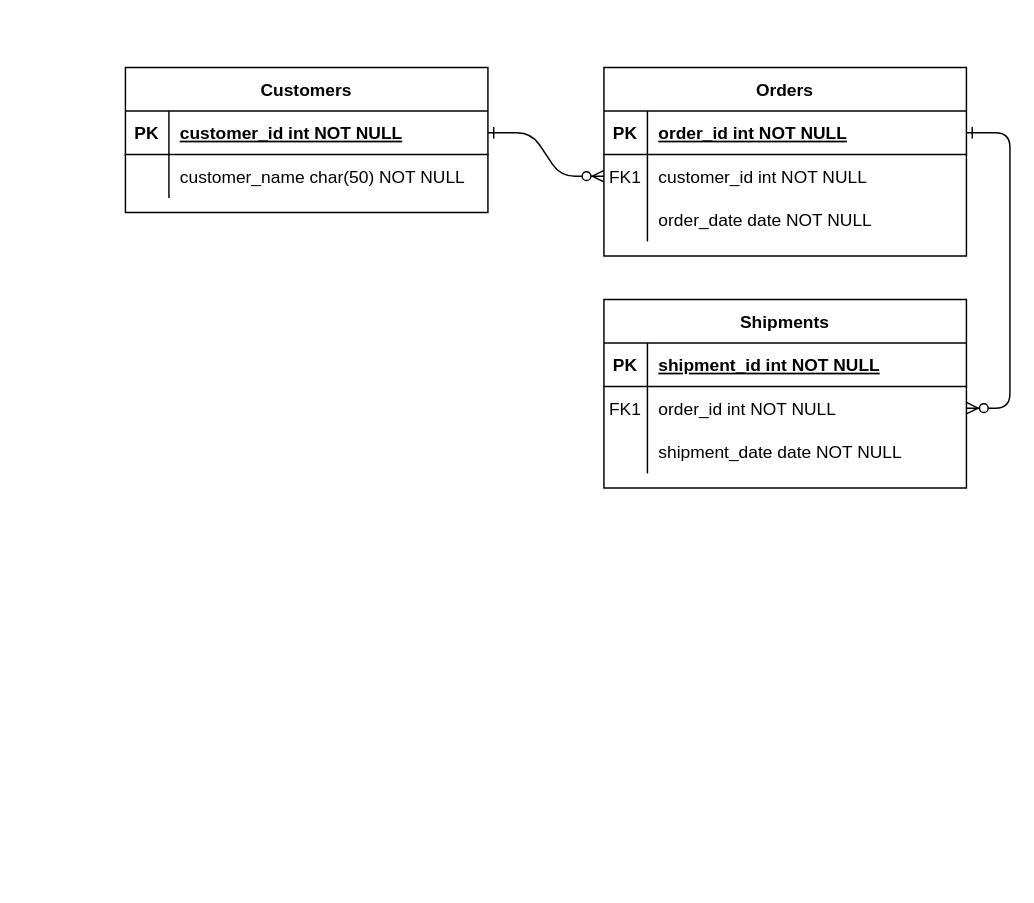
Earlier version of the draw.io diagram 未命名绘图.drawio (Allenwang2004/DatabaseFinalproject). Source tidied: cells renumbered, new cells numbered last; positions are measured from the earlier drawing's top-left corner, leaving out a move shared by most shapes. Both pictures are drawn from the tidied source at 145%, with x=0, y=0 at pixel (125, 67).
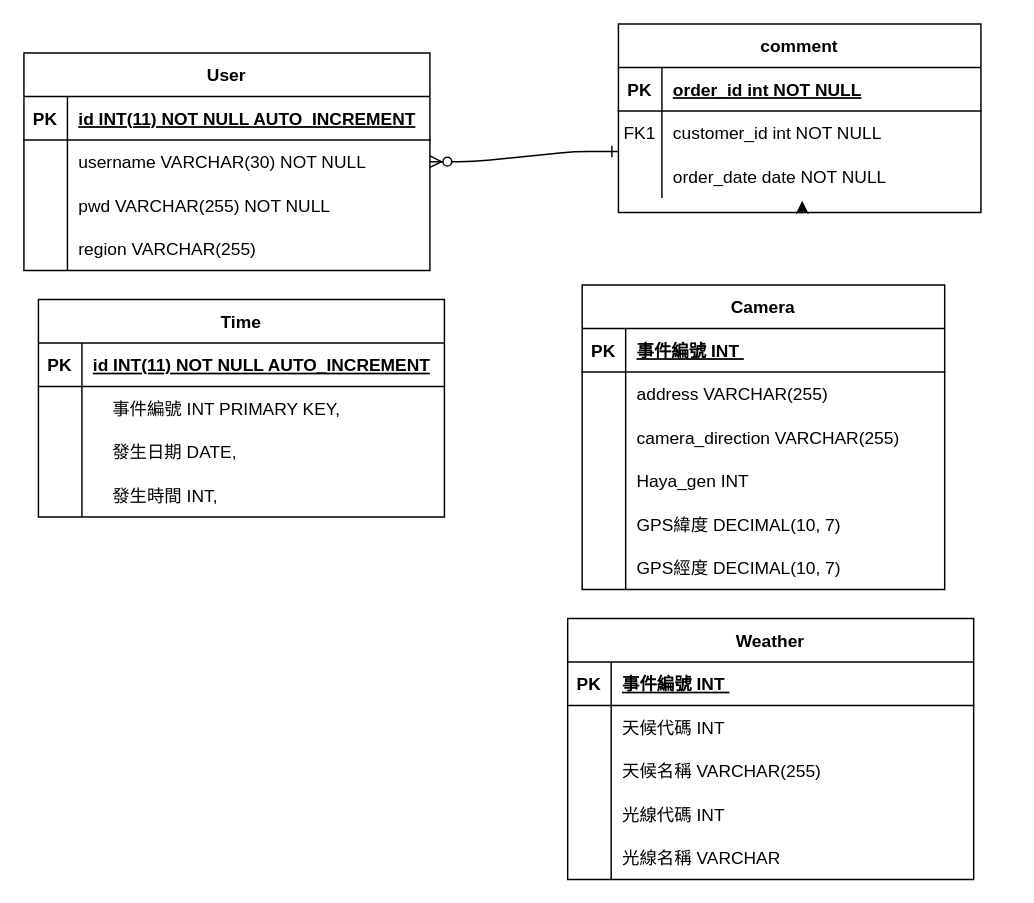
The same diagram, later.

Commit message (it also covers changes not shown here):
更新未命名绘图.drawio

Unchanged cells that the change refers to:
```xml
<mxCell id="5" style="shape=partialRectangle;fillColor=none;points=[[0,0.5],[1,0.5]];portConstraint=eastwest;top=0;left=0;right=0;bottom=1;" parent="4" vertex="1">
  <mxGeometry y="30" width="250" height="30" as="geometry" />
</mxCell>
<mxCell id="8" style="shape=partialRectangle;fillColor=none;points=[[0,0.5],[1,0.5]];portConstraint=eastwest;top=0;left=0;right=0;bottom=0;" parent="4" vertex="1">
  <mxGeometry y="60" width="250" height="30" as="geometry" />
</mxCell>
<mxCell id="11" style="shape=partialRectangle;fillColor=none;points=[[0,0.5],[1,0.5]];portConstraint=eastwest;top=0;left=0;right=0;bottom=0;" parent="4" vertex="1">
  <mxGeometry y="90" width="250" height="30" as="geometry" />
</mxCell>
<mxCell id="15" style="shape=partialRectangle;fillColor=none;top=0;left=0;right=0;bottom=1;" parent="14" vertex="1">
  <mxGeometry y="30" width="250" height="30" as="geometry" />
</mxCell>
<mxCell id="18" style="shape=partialRectangle;fillColor=none;points=[[0,0.5],[1,0.5]];portConstraint=eastwest;top=0;left=0;right=0;bottom=0;" parent="14" vertex="1">
  <mxGeometry y="60" width="250" height="30" as="geometry" />
</mxCell>
<mxCell id="21" style="shape=partialRectangle;fillColor=none;top=0;left=0;right=0;bottom=0;" parent="14" vertex="1">
  <mxGeometry y="90" width="250" height="30" as="geometry" />
</mxCell>
```

The edit, as a diff of the source:
```diff
@@
-    <mxCell id="2" style="edgeStyle=entityRelationEdgeStyle;endArrow=ERzeroToMany;startArrow=ERone;endFill=1;startFill=0;" parent="1" edge="1" source="25" target="8">
-      <mxGeometry relative="1" as="geometry" />
+    <mxCell id="2" style="edgeStyle=entityRelationEdgeStyle;endArrow=ERzeroToMany;startArrow=ERone;endFill=1;startFill=0;entryX=1;entryY=0.5;entryDx=0;entryDy=0;exitX=-0.002;exitY=-0.067;exitDx=0;exitDy=0;exitPerimeter=0;" parent="1" edge="1" source="11" target="28">
+      <mxGeometry relative="1" as="geometry">
+        <Array as="points">
+          <mxPoint x="220" y="70" />
+          <mxPoint x="260" y="45" />
+        </Array>
+      </mxGeometry>
     </mxCell>
-    <mxCell id="3" style="edgeStyle=entityRelationEdgeStyle;endArrow=ERzeroToMany;startArrow=ERone;endFill=1;startFill=0;" parent="1" edge="1" source="5" target="18">
-      <mxGeometry relative="1" as="geometry" />
-    </mxCell>
-    <mxCell id="4" value="Orders" style="shape=table;startSize=30;childLayout=tableLayout;rowLines=0;fontStyle=1;align=center;" parent="1" vertex="1">
-      <mxGeometry x="330" width="250" height="130" as="geometry" />
+    <mxCell id="4" value="comment" style="shape=table;startSize=30;childLayout=tableLayout;rowLines=0;fontStyle=1;align=center;" parent="1" vertex="1">
+      <mxGeometry x="340" y="-30" width="250" height="130" as="geometry" />
     </mxCell>
@@
+    <mxCell id="31" style="edgeStyle=orthogonalEdgeStyle;rounded=0;jettySize=auto;html=1;exitX=0.5;exitY=1;exitDx=0;exitDy=0;entryX=0.507;entryY=1.067;entryDx=0;entryDy=0;entryPerimeter=0;" parent="4" edge="1" source="4" target="11">
+      <mxGeometry relative="1" as="geometry" />
+    </mxCell>
-    <mxCell id="14" value="Shipments" style="shape=table;startSize=30;childLayout=tableLayout;rowLines=0;fontStyle=1;align=center;" parent="1" vertex="1">
-      <mxGeometry x="330" y="160" width="250" height="130" as="geometry" />
+    <mxCell id="14" value="Camera" style="shape=table;startSize=30;childLayout=tableLayout;rowLines=0;fontStyle=1;align=center;" parent="1" vertex="1">
+      <mxGeometry x="315" y="150" width="250" height="210" as="geometry" />
     </mxCell>
@@
-    <mxCell id="17" value="shipment_id int NOT NULL " style="shape=partialRectangle;overflow=hidden;fillColor=none;top=0;left=0;bottom=0;right=0;align=left;spacingLeft=6;fontStyle=5;" parent="15" vertex="1">
+    <mxCell id="17" value="事件編號 INT " style="shape=partialRectangle;overflow=hidden;fillColor=none;top=0;left=0;bottom=0;right=0;align=left;spacingLeft=6;fontStyle=5;" parent="15" vertex="1">
       <mxGeometry x="30" width="220" height="30" as="geometry" />
     </mxCell>
@@
-    <mxCell id="19" value="FK1" style="shape=partialRectangle;overflow=hidden;fillColor=none;top=0;left=0;bottom=0;right=0;" parent="18" vertex="1">
+    <mxCell id="19" style="shape=partialRectangle;overflow=hidden;fillColor=none;top=0;left=0;bottom=0;right=0;" parent="18" vertex="1">
       <mxGeometry width="30" height="30" as="geometry" />
     </mxCell>
-    <mxCell id="20" value="order_id int NOT NULL" style="shape=partialRectangle;overflow=hidden;fillColor=none;top=0;left=0;bottom=0;right=0;align=left;spacingLeft=6;" parent="18" vertex="1">
+    <mxCell id="20" value="address VARCHAR(255)" style="shape=partialRectangle;overflow=hidden;fillColor=none;top=0;left=0;bottom=0;right=0;align=left;spacingLeft=6;" parent="18" vertex="1">
       <mxGeometry x="30" width="220" height="30" as="geometry" />
     </mxCell>
@@
-    <mxCell id="23" value="shipment_date date NOT NULL" style="shape=partialRectangle;overflow=hidden;fillColor=none;top=0;left=0;bottom=0;right=0;align=left;spacingLeft=6;" parent="21" vertex="1">
+    <mxCell id="23" value="camera_direction VARCHAR(255)" style="shape=partialRectangle;overflow=hidden;fillColor=none;top=0;left=0;bottom=0;right=0;align=left;spacingLeft=6;" parent="21" vertex="1">
       <mxGeometry x="30" width="220" height="30" as="geometry" />
     </mxCell>
+    <mxCell id="32" style="shape=partialRectangle;fillColor=none;top=0;left=0;right=0;bottom=0;" parent="14" vertex="1">
+      <mxGeometry y="120" width="250" height="30" as="geometry" />
+    </mxCell>
+    <mxCell id="33" style="shape=partialRectangle;overflow=hidden;fillColor=none;top=0;left=0;bottom=0;right=0;" parent="32" vertex="1">
+      <mxGeometry width="30" height="30" as="geometry" />
+    </mxCell>
+    <mxCell id="34" value="Haya_gen INT" style="shape=partialRectangle;overflow=hidden;fillColor=none;top=0;left=0;bottom=0;right=0;align=left;spacingLeft=6;" parent="32" vertex="1">
+      <mxGeometry x="30" width="220" height="30" as="geometry" />
+    </mxCell>
+    <mxCell id="35" style="shape=partialRectangle;fillColor=none;top=0;left=0;right=0;bottom=0;" parent="14" vertex="1">
+      <mxGeometry y="150" width="250" height="30" as="geometry" />
+    </mxCell>
+    <mxCell id="36" style="shape=partialRectangle;overflow=hidden;fillColor=none;top=0;left=0;bottom=0;right=0;" parent="35" vertex="1">
+      <mxGeometry width="30" height="30" as="geometry" />
+    </mxCell>
+    <mxCell id="37" value="GPS緯度 DECIMAL(10, 7)" style="shape=partialRectangle;overflow=hidden;fillColor=none;top=0;left=0;bottom=0;right=0;align=left;spacingLeft=6;" parent="35" vertex="1">
+      <mxGeometry x="30" width="220" height="30" as="geometry" />
+    </mxCell>
+    <mxCell id="38" style="shape=partialRectangle;fillColor=none;top=0;left=0;right=0;bottom=0;" parent="14" vertex="1">
+      <mxGeometry y="180" width="250" height="30" as="geometry" />
+    </mxCell>
+    <mxCell id="39" style="shape=partialRectangle;overflow=hidden;fillColor=none;top=0;left=0;bottom=0;right=0;" parent="38" vertex="1">
+      <mxGeometry width="30" height="30" as="geometry" />
+    </mxCell>
+    <mxCell id="40" value="GPS經度 DECIMAL(10, 7)" style="shape=partialRectangle;overflow=hidden;fillColor=none;top=0;left=0;bottom=0;right=0;align=left;spacingLeft=6;" parent="38" vertex="1">
+      <mxGeometry x="30" width="220" height="30" as="geometry" />
+    </mxCell>
-    <mxCell id="24" value="Customers" style="shape=table;startSize=30;childLayout=tableLayout;rowLines=0;fontStyle=1;align=center;" parent="1" vertex="1">
-      <mxGeometry width="250" height="100" as="geometry" />
+    <mxCell id="24" value="User" style="shape=table;startSize=30;childLayout=tableLayout;rowLines=0;fontStyle=1;align=center;" parent="1" vertex="1">
+      <mxGeometry x="-70" y="-10" width="280" height="150" as="geometry" />
     </mxCell>
     <mxCell id="25" style="shape=partialRectangle;fillColor=none;points=[[0,0.5],[1,0.5]];portConstraint=eastwest;top=0;left=0;right=0;bottom=1;" parent="24" vertex="1">
-      <mxGeometry y="30" width="250" height="30" as="geometry" />
+      <mxGeometry y="30" width="280" height="30" as="geometry" />
     </mxCell>
@@
-    <mxCell id="27" value="customer_id int NOT NULL " style="shape=partialRectangle;overflow=hidden;fillColor=none;top=0;left=0;bottom=0;right=0;align=left;spacingLeft=6;fontStyle=5;" parent="25" vertex="1">
-      <mxGeometry x="30" width="220" height="30" as="geometry" />
+    <mxCell id="27" value="id INT(11) NOT NULL AUTO_INCREMENT" style="shape=partialRectangle;overflow=hidden;fillColor=none;top=0;left=0;bottom=0;right=0;align=left;spacingLeft=6;fontStyle=5;" parent="25" vertex="1">
+      <mxGeometry x="30" width="250" height="30" as="geometry" />
     </mxCell>
     <mxCell id="28" style="shape=partialRectangle;fillColor=none;points=[[0,0.5],[1,0.5]];portConstraint=eastwest;top=0;left=0;right=0;bottom=0;" parent="24" vertex="1">
-      <mxGeometry y="60" width="250" height="30" as="geometry" />
+      <mxGeometry y="60" width="280" height="30" as="geometry" />
     </mxCell>
@@
-    <mxCell id="30" value="customer_name char(50) NOT NULL" style="shape=partialRectangle;overflow=hidden;fillColor=none;top=0;left=0;bottom=0;right=0;align=left;spacingLeft=6;" parent="28" vertex="1">
-      <mxGeometry x="30" width="220" height="30" as="geometry" />
+    <mxCell id="30" value="username VARCHAR(30) NOT NULL" style="shape=partialRectangle;overflow=hidden;fillColor=none;top=0;left=0;bottom=0;right=0;align=left;spacingLeft=6;" parent="28" vertex="1">
+      <mxGeometry x="30" width="250" height="30" as="geometry" />
     </mxCell>
+    <mxCell id="41" style="shape=partialRectangle;fillColor=none;top=0;left=0;right=0;bottom=0;" parent="24" vertex="1">
+      <mxGeometry y="90" width="280" height="30" as="geometry" />
+    </mxCell>
+    <mxCell id="42" style="shape=partialRectangle;overflow=hidden;fillColor=none;top=0;left=0;bottom=0;right=0;" parent="41" vertex="1">
+      <mxGeometry width="30" height="30" as="geometry" />
+    </mxCell>
+    <mxCell id="43" value="pwd VARCHAR(255) NOT NULL" style="shape=partialRectangle;overflow=hidden;fillColor=none;top=0;left=0;bottom=0;right=0;align=left;spacingLeft=6;" parent="41" vertex="1">
+      <mxGeometry x="30" width="250" height="30" as="geometry" />
+    </mxCell>
+    <mxCell id="44" style="shape=partialRectangle;fillColor=none;top=0;left=0;right=0;bottom=0;" parent="24" vertex="1">
+      <mxGeometry y="120" width="280" height="30" as="geometry" />
+    </mxCell>
+    <mxCell id="45" style="shape=partialRectangle;overflow=hidden;fillColor=none;top=0;left=0;bottom=0;right=0;" parent="44" vertex="1">
+      <mxGeometry width="30" height="30" as="geometry" />
+    </mxCell>
+    <mxCell id="46" value="region VARCHAR(255)" style="shape=partialRectangle;overflow=hidden;fillColor=none;top=0;left=0;bottom=0;right=0;align=left;spacingLeft=6;" parent="44" vertex="1">
+      <mxGeometry x="30" width="250" height="30" as="geometry" />
+    </mxCell>
+    <mxCell id="47" value="Time" style="shape=table;startSize=30;childLayout=tableLayout;rowLines=0;fontStyle=1;align=center;" parent="1" vertex="1">
+      <mxGeometry x="-60" y="160" width="280" height="150" as="geometry" />
+    </mxCell>
+    <mxCell id="48" style="shape=partialRectangle;fillColor=none;top=0;left=0;right=0;bottom=1;" parent="47" vertex="1">
+      <mxGeometry y="30" width="280" height="30" as="geometry" />
+    </mxCell>
+    <mxCell id="49" value="PK" style="shape=partialRectangle;overflow=hidden;fillColor=none;top=0;left=0;bottom=0;right=0;fontStyle=1;" parent="48" vertex="1">
+      <mxGeometry width="30" height="30" as="geometry" />
+    </mxCell>
+    <mxCell id="50" value="id INT(11) NOT NULL AUTO_INCREMENT" style="shape=partialRectangle;overflow=hidden;fillColor=none;top=0;left=0;bottom=0;right=0;align=left;spacingLeft=6;fontStyle=5;" parent="48" vertex="1">
+      <mxGeometry x="30" width="250" height="30" as="geometry" />
+    </mxCell>
+    <mxCell id="51" style="shape=partialRectangle;fillColor=none;top=0;left=0;right=0;bottom=0;" parent="47" vertex="1">
+      <mxGeometry y="60" width="280" height="30" as="geometry" />
+    </mxCell>
+    <mxCell id="52" style="shape=partialRectangle;overflow=hidden;fillColor=none;top=0;left=0;bottom=0;right=0;" parent="51" vertex="1">
+      <mxGeometry width="30" height="30" as="geometry" />
+    </mxCell>
+    <mxCell id="53" value="    事件編號 INT PRIMARY KEY," style="shape=partialRectangle;overflow=hidden;fillColor=none;top=0;left=0;bottom=0;right=0;align=left;spacingLeft=6;" parent="51" vertex="1">
+      <mxGeometry x="30" width="250" height="30" as="geometry" />
+    </mxCell>
+    <mxCell id="54" style="shape=partialRectangle;fillColor=none;top=0;left=0;right=0;bottom=0;" parent="47" vertex="1">
+      <mxGeometry y="90" width="280" height="30" as="geometry" />
+    </mxCell>
+    <mxCell id="55" style="shape=partialRectangle;overflow=hidden;fillColor=none;top=0;left=0;bottom=0;right=0;" parent="54" vertex="1">
+      <mxGeometry width="30" height="30" as="geometry" />
+    </mxCell>
+    <mxCell id="56" value="    發生日期 DATE," style="shape=partialRectangle;overflow=hidden;fillColor=none;top=0;left=0;bottom=0;right=0;align=left;spacingLeft=6;" parent="54" vertex="1">
+      <mxGeometry x="30" width="250" height="30" as="geometry" />
+    </mxCell>
+    <mxCell id="57" style="shape=partialRectangle;fillColor=none;top=0;left=0;right=0;bottom=0;" parent="47" vertex="1">
+      <mxGeometry y="120" width="280" height="30" as="geometry" />
+    </mxCell>
+    <mxCell id="58" style="shape=partialRectangle;overflow=hidden;fillColor=none;top=0;left=0;bottom=0;right=0;" parent="57" vertex="1">
+      <mxGeometry width="30" height="30" as="geometry" />
+    </mxCell>
+    <mxCell id="59" value="    發生時間 INT," style="shape=partialRectangle;overflow=hidden;fillColor=none;top=0;left=0;bottom=0;right=0;align=left;spacingLeft=6;" parent="57" vertex="1">
+      <mxGeometry x="30" width="250" height="30" as="geometry" />
+    </mxCell>
+    <mxCell id="60" value="Weather" style="shape=table;startSize=30;childLayout=tableLayout;rowLines=0;fontStyle=1;align=center;" parent="1" vertex="1">
+      <mxGeometry x="305" y="380" width="280" height="180" as="geometry" />
+    </mxCell>
+    <mxCell id="61" style="shape=partialRectangle;fillColor=none;top=0;left=0;right=0;bottom=1;" parent="60" vertex="1">
+      <mxGeometry y="30" width="280" height="30" as="geometry" />
+    </mxCell>
+    <mxCell id="62" value="PK" style="shape=partialRectangle;overflow=hidden;fillColor=none;top=0;left=0;bottom=0;right=0;fontStyle=1;" parent="61" vertex="1">
+      <mxGeometry width="30" height="30" as="geometry" />
+    </mxCell>
+    <mxCell id="63" value="事件編號 INT " style="shape=partialRectangle;overflow=hidden;fillColor=none;top=0;left=0;bottom=0;right=0;align=left;spacingLeft=6;fontStyle=5;" parent="61" vertex="1">
+      <mxGeometry x="30" width="250" height="30" as="geometry" />
+    </mxCell>
+    <mxCell id="64" style="shape=partialRectangle;fillColor=none;top=0;left=0;right=0;bottom=0;" parent="60" vertex="1">
+      <mxGeometry y="60" width="280" height="30" as="geometry" />
+    </mxCell>
+    <mxCell id="65" style="shape=partialRectangle;overflow=hidden;fillColor=none;top=0;left=0;bottom=0;right=0;" parent="64" vertex="1">
+      <mxGeometry width="30" height="30" as="geometry" />
+    </mxCell>
+    <mxCell id="66" value="天候代碼 INT" style="shape=partialRectangle;overflow=hidden;fillColor=none;top=0;left=0;bottom=0;right=0;align=left;spacingLeft=6;" parent="64" vertex="1">
+      <mxGeometry x="30" width="250" height="30" as="geometry" />
+    </mxCell>
+    <mxCell id="67" style="shape=partialRectangle;fillColor=none;top=0;left=0;right=0;bottom=0;" parent="60" vertex="1">
+      <mxGeometry y="90" width="280" height="30" as="geometry" />
+    </mxCell>
+    <mxCell id="68" style="shape=partialRectangle;overflow=hidden;fillColor=none;top=0;left=0;bottom=0;right=0;" parent="67" vertex="1">
+      <mxGeometry width="30" height="30" as="geometry" />
+    </mxCell>
+    <mxCell id="69" value="天候名稱 VARCHAR(255)" style="shape=partialRectangle;overflow=hidden;fillColor=none;top=0;left=0;bottom=0;right=0;align=left;spacingLeft=6;" parent="67" vertex="1">
+      <mxGeometry x="30" width="250" height="30" as="geometry" />
+    </mxCell>
+    <mxCell id="70" style="shape=partialRectangle;fillColor=none;top=0;left=0;right=0;bottom=0;" parent="60" vertex="1">
+      <mxGeometry y="120" width="280" height="30" as="geometry" />
+    </mxCell>
+    <mxCell id="71" style="shape=partialRectangle;overflow=hidden;fillColor=none;top=0;left=0;bottom=0;right=0;" parent="70" vertex="1">
+      <mxGeometry width="30" height="30" as="geometry" />
+    </mxCell>
+    <mxCell id="72" value="光線代碼 INT" style="shape=partialRectangle;overflow=hidden;fillColor=none;top=0;left=0;bottom=0;right=0;align=left;spacingLeft=6;" parent="70" vertex="1">
+      <mxGeometry x="30" width="250" height="30" as="geometry" />
+    </mxCell>
+    <mxCell id="73" style="shape=partialRectangle;fillColor=none;top=0;left=0;right=0;bottom=0;" parent="60" vertex="1">
+      <mxGeometry y="150" width="280" height="30" as="geometry" />
+    </mxCell>
+    <mxCell id="74" style="shape=partialRectangle;overflow=hidden;fillColor=none;top=0;left=0;bottom=0;right=0;" parent="73" vertex="1">
+      <mxGeometry width="30" height="30" as="geometry" />
+    </mxCell>
+    <mxCell id="75" value="光線名稱 VARCHAR" style="shape=partialRectangle;overflow=hidden;fillColor=none;top=0;left=0;bottom=0;right=0;align=left;spacingLeft=6;" parent="73" vertex="1">
+      <mxGeometry x="30" width="250" height="30" as="geometry" />
+    </mxCell>
```
